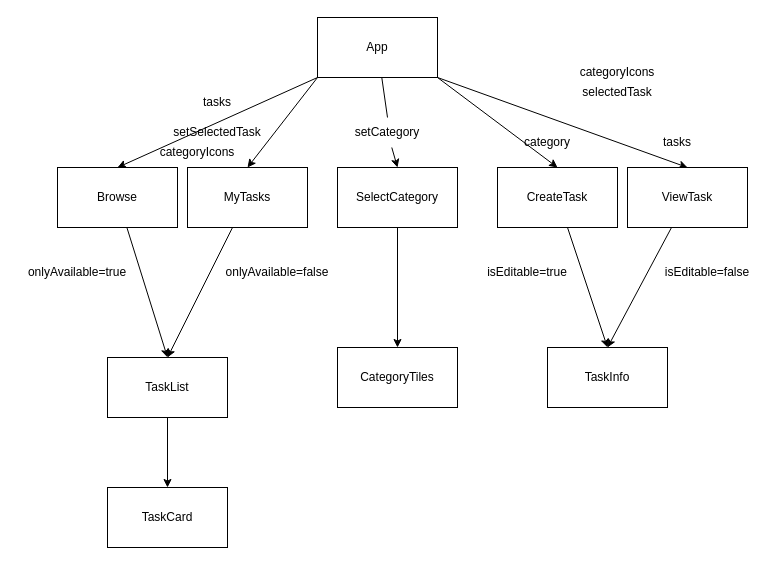
The draw.io diagram docs/tree.drawio in percygr/kindr, before the edit. Source tidied: cells renumbered, new cells numbered last; positions are measured from the earlier drawing's top-left corner, leaving out a move shared by most shapes. Both pictures are drawn from the tidied source at 100%, with x=0, y=0 at pixel (17, 17).
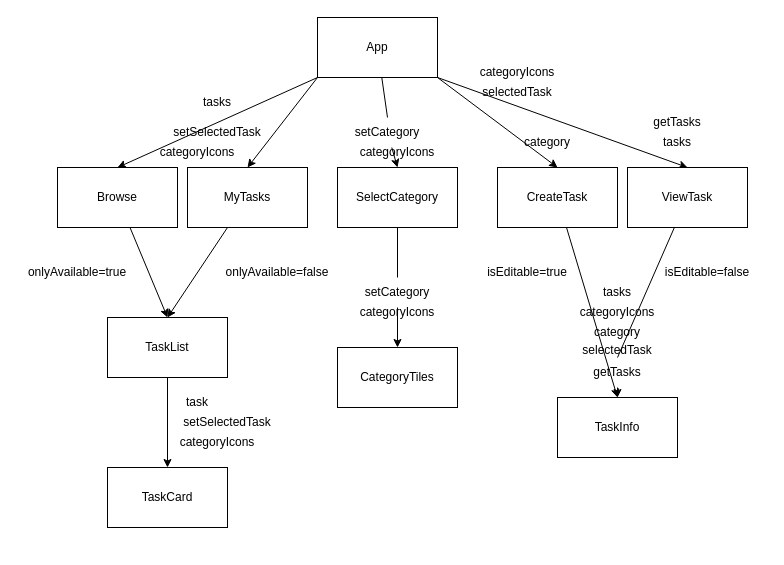
The same diagram, later.

Unchanged cells that the change refers to:
```xml
<mxCell id="15" value="ViewTask" style="rounded=0;whiteSpace=wrap;html=1;" parent="1" vertex="1">
  <mxGeometry x="610" y="150" width="120" height="60" as="geometry" />
</mxCell>
<mxCell id="21" value="SelectCategory" style="rounded=0;whiteSpace=wrap;html=1;" parent="1" vertex="1">
  <mxGeometry x="320" y="150" width="120" height="60" as="geometry" />
</mxCell>
<mxCell id="22" value="CategoryTiles" style="rounded=0;whiteSpace=wrap;html=1;" parent="1" vertex="1">
  <mxGeometry x="320" y="330" width="120" height="60" as="geometry" />
</mxCell>
```

The edit, as a diff of the source:
```diff
@@
-    <mxCell id="14" style="edgeStyle=none;html=1;entryX=0.5;entryY=0;entryDx=0;entryDy=0;" parent="1" edge="1" source="15" target="19">
+    <mxCell id="14" style="edgeStyle=none;html=1;entryX=0.5;entryY=0;entryDx=0;entryDy=0;startArrow=none;" parent="1" edge="1" source="49" target="19">
       <mxGeometry relative="1" as="geometry" />
     </mxCell>
@@
     <mxCell id="17" value="TaskList" style="rounded=0;whiteSpace=wrap;html=1;" parent="1" vertex="1">
-      <mxGeometry x="90" y="340" width="120" height="60" as="geometry" />
+      <mxGeometry x="90" y="300" width="120" height="60" as="geometry" />
     </mxCell>
     <mxCell id="18" value="TaskCard" style="rounded=0;whiteSpace=wrap;html=1;" parent="1" vertex="1">
-      <mxGeometry x="90" y="470" width="120" height="60" as="geometry" />
+      <mxGeometry x="90" y="450" width="120" height="60" as="geometry" />
     </mxCell>
     <mxCell id="19" value="TaskInfo" style="rounded=0;whiteSpace=wrap;html=1;" parent="1" vertex="1">
-      <mxGeometry x="530" y="330" width="120" height="60" as="geometry" />
+      <mxGeometry x="540" y="380" width="120" height="60" as="geometry" />
     </mxCell>
-    <mxCell id="20" style="edgeStyle=none;html=1;" parent="1" edge="1" source="21" target="22">
+    <mxCell id="20" style="edgeStyle=none;html=1;startArrow=none;" parent="1" edge="1" source="42" target="22">
       <mxGeometry relative="1" as="geometry" />
     </mxCell>
@@
     <mxCell id="31" value="categoryIcons" style="text;html=1;strokeColor=none;fillColor=none;align=center;verticalAlign=middle;whiteSpace=wrap;rounded=0;" parent="1" vertex="1">
-      <mxGeometry x="540" y="40" width="120" height="30" as="geometry" />
+      <mxGeometry x="440" y="40" width="120" height="30" as="geometry" />
     </mxCell>
@@
     <mxCell id="34" value="selectedTask" style="text;html=1;strokeColor=none;fillColor=none;align=center;verticalAlign=middle;whiteSpace=wrap;rounded=0;" parent="1" vertex="1">
-      <mxGeometry x="540" y="60" width="120" height="30" as="geometry" />
+      <mxGeometry x="440" y="60" width="120" height="30" as="geometry" />
     </mxCell>
@@
+    <mxCell id="36" value="getTasks" style="text;html=1;strokeColor=none;fillColor=none;align=center;verticalAlign=middle;whiteSpace=wrap;rounded=0;" parent="1" vertex="1">
+      <mxGeometry x="600" y="90" width="120" height="30" as="geometry" />
+    </mxCell>
+    <mxCell id="37" value="task" style="text;html=1;strokeColor=none;fillColor=none;align=center;verticalAlign=middle;whiteSpace=wrap;rounded=0;" parent="1" vertex="1">
+      <mxGeometry x="150" y="370" width="60" height="30" as="geometry" />
+    </mxCell>
+    <mxCell id="38" value="setSelectedTask" style="text;html=1;strokeColor=none;fillColor=none;align=center;verticalAlign=middle;whiteSpace=wrap;rounded=0;" parent="1" vertex="1">
+      <mxGeometry x="160" y="390" width="100" height="30" as="geometry" />
+    </mxCell>
+    <mxCell id="39" value="categoryIcons" style="text;html=1;strokeColor=none;fillColor=none;align=center;verticalAlign=middle;whiteSpace=wrap;rounded=0;" parent="1" vertex="1">
+      <mxGeometry x="140" y="410" width="120" height="30" as="geometry" />
+    </mxCell>
+    <mxCell id="40" value="categoryIcons" style="text;html=1;strokeColor=none;fillColor=none;align=center;verticalAlign=middle;whiteSpace=wrap;rounded=0;" parent="1" vertex="1">
+      <mxGeometry x="320" y="120" width="120" height="30" as="geometry" />
+    </mxCell>
+    <mxCell id="41" style="edgeStyle=none;html=1;endArrow=none;" parent="1" edge="1" source="21" target="42">
+      <mxGeometry relative="1" as="geometry" />
+    </mxCell>
+    <mxCell id="42" value="setCategory" style="text;html=1;strokeColor=none;fillColor=none;align=center;verticalAlign=middle;whiteSpace=wrap;rounded=0;" parent="1" vertex="1">
+      <mxGeometry x="320" y="260" width="120" height="30" as="geometry" />
+    </mxCell>
+    <mxCell id="43" value="categoryIcons" style="text;html=1;strokeColor=none;fillColor=none;align=center;verticalAlign=middle;whiteSpace=wrap;rounded=0;" parent="1" vertex="1">
+      <mxGeometry x="320" y="280" width="120" height="30" as="geometry" />
+    </mxCell>
+    <mxCell id="44" value="categoryIcons" style="text;html=1;strokeColor=none;fillColor=none;align=center;verticalAlign=middle;whiteSpace=wrap;rounded=0;" parent="1" vertex="1">
+      <mxGeometry x="540" y="280" width="120" height="30" as="geometry" />
+    </mxCell>
+    <mxCell id="45" value="category&lt;br&gt;" style="text;html=1;strokeColor=none;fillColor=none;align=center;verticalAlign=middle;whiteSpace=wrap;rounded=0;" parent="1" vertex="1">
+      <mxGeometry x="540" y="300" width="120" height="30" as="geometry" />
+    </mxCell>
+    <mxCell id="46" value="selectedTask" style="text;html=1;strokeColor=none;fillColor=none;align=center;verticalAlign=middle;whiteSpace=wrap;rounded=0;" parent="1" vertex="1">
+      <mxGeometry x="540" y="320" width="120" height="25" as="geometry" />
+    </mxCell>
+    <mxCell id="47" value="tasks" style="text;html=1;strokeColor=none;fillColor=none;align=center;verticalAlign=middle;whiteSpace=wrap;rounded=0;" parent="1" vertex="1">
+      <mxGeometry x="570" y="260" width="60" height="30" as="geometry" />
+    </mxCell>
+    <mxCell id="48" style="edgeStyle=none;html=1;entryX=0.5;entryY=0;entryDx=0;entryDy=0;endArrow=none;" parent="1" edge="1" source="15" target="49">
+      <mxGeometry relative="1" as="geometry" />
+    </mxCell>
+    <mxCell id="49" value="getTasks" style="text;html=1;strokeColor=none;fillColor=none;align=center;verticalAlign=middle;whiteSpace=wrap;rounded=0;" parent="1" vertex="1">
+      <mxGeometry x="540" y="340" width="120" height="30" as="geometry" />
+    </mxCell>
```
